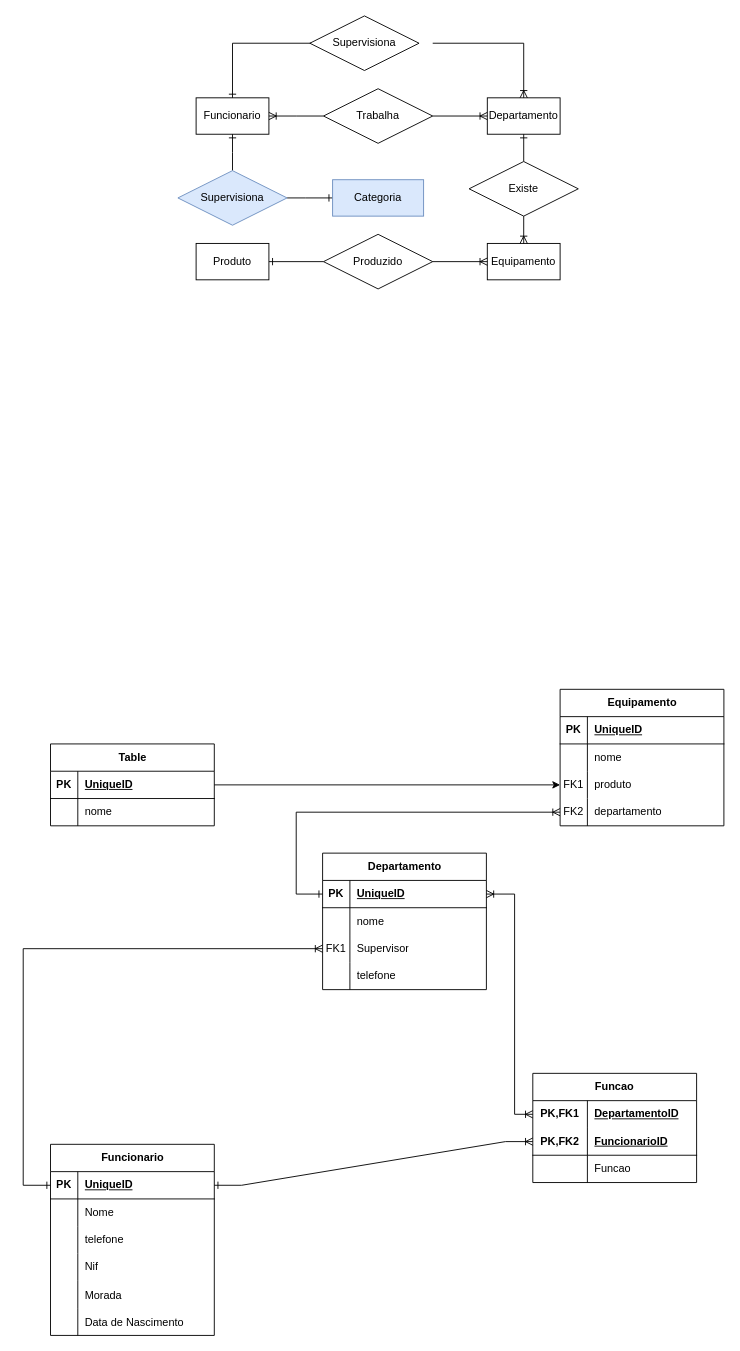
This is Bases_de_Dados/BD_T1_Ex2.drawio from G-Man27/portfolio-CESAE, a draw.io file, before an edit. Source tidied: cells renumbered, new cells numbered last; positions are measured from the earlier drawing's top-left corner, leaving out a move shared by most shapes. Both pictures are drawn from the tidied source at 91%, with x=0, y=0 at pixel (23, 15).
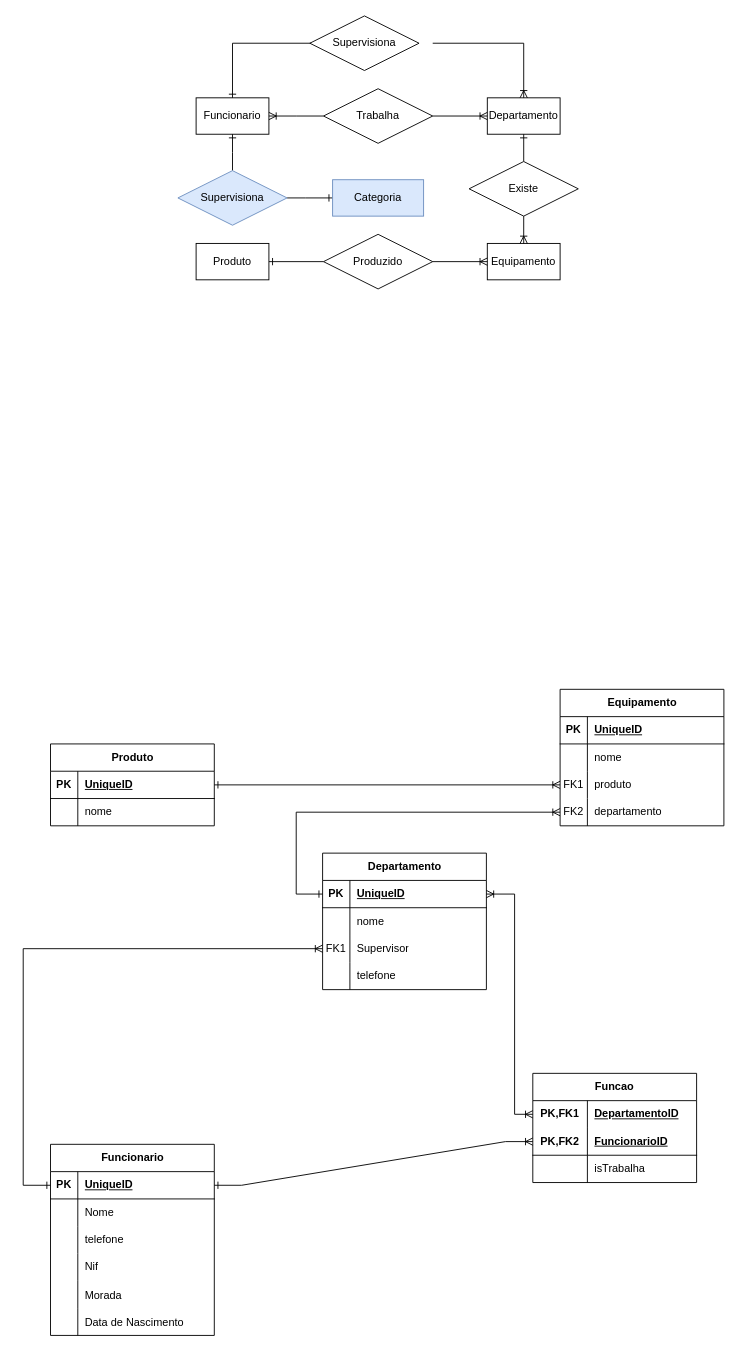
The same diagram, later.

The change refers to these unchanged cells:
```xml
<mxCell id="41" style="shape=tableRow;horizontal=0;startSize=0;swimlaneHead=0;swimlaneBody=0;fillColor=none;top=0;left=0;right=0;bottom=0;html=1;" parent="34" vertex="1">
  <mxGeometry y="90" width="180" height="30" as="geometry" />
</mxCell>
<mxCell id="74" style="shape=tableRow;horizontal=0;startSize=0;swimlaneHead=0;swimlaneBody=0;fillColor=none;points=[[0,0.5],[1,0.5]];portConstraint=eastwest;top=0;left=0;right=0;bottom=0;" parent="67" vertex="1">
  <mxGeometry y="90" width="180" height="30" as="geometry" />
</mxCell>
<mxCell id="82" style="shape=tableRow;horizontal=0;startSize=0;swimlaneHead=0;swimlaneBody=0;fillColor=none;points=[[0,0.5],[1,0.5]];portConstraint=eastwest;top=0;left=0;right=0;bottom=1;" parent="81" vertex="1">
  <mxGeometry y="30" width="180" height="30" as="geometry" />
</mxCell>
```

Change to the diagram source:
```diff
@@
-    <mxCell id="43" value="Funcao" style="shape=partialRectangle;fillColor=none;top=0;left=0;bottom=0;right=0;align=left;spacingLeft=6;overflow=hidden;html=1;whiteSpace=wrap;" parent="41" vertex="1">
+    <mxCell id="43" value="isTrabalha" style="shape=partialRectangle;fillColor=none;top=0;left=0;bottom=0;right=0;align=left;spacingLeft=6;overflow=hidden;html=1;whiteSpace=wrap;" parent="41" vertex="1">
       <mxGeometry x="60" width="120" height="30" as="geometry" />
     </mxCell>
@@
-    <mxCell id="81" value="Table" style="shape=table;startSize=30;childLayout=tableLayout;rowLines=0;fontStyle=1;align=center;html=1;" parent="1" vertex="1">
+    <mxCell id="81" value="Produto" style="shape=table;startSize=30;childLayout=tableLayout;rowLines=0;fontStyle=1;align=center;html=1;" parent="1" vertex="1">
       <mxGeometry x="30" y="800" width="180" height="90" as="geometry" />
     </mxCell>
@@
-    <mxCell id="88" style="edgeStyle=orthogonalEdgeStyle;rounded=0;jettySize=auto;html=1;entryX=0;entryY=0.5;entryDx=0;entryDy=0;" parent="1" edge="1" source="82" target="74">
+    <mxCell id="88" style="edgeStyle=orthogonalEdgeStyle;rounded=0;jettySize=auto;html=1;entryX=0;entryY=0.5;entryDx=0;entryDy=0;startArrow=ERone;startFill=0;endArrow=ERoneToMany;endFill=0;" parent="1" edge="1" source="82" target="74">
       <mxGeometry relative="1" as="geometry" />
     </mxCell>
```
